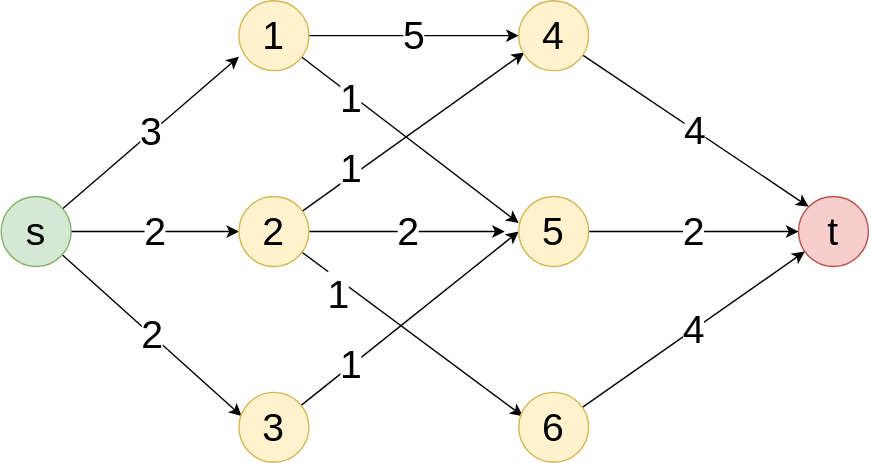
This is images/maxflow.drawio.svg from spideryzarc/ocr, a draw.io export, as it was before one commit. Source tidied: cells renumbered, new cells last; positions are measured from the earlier drawing's top-left corner, leaving out a move shared by most shapes. Source of this version:
```xml
<mxGraphModel>
  <root>
    <mxCell id="0" />
    <mxCell id="1" parent="0" />
    <mxCell id="2" value="3" style="edgeStyle=none;html=1;entryX=0;entryY=0.8;entryDx=0;entryDy=0;entryPerimeter=0;fontSize=28;" parent="1" edge="1" source="5" target="9">
      <mxGeometry relative="1" as="geometry" />
    </mxCell>
    <mxCell id="3" value="2" style="edgeStyle=none;html=1;entryX=0;entryY=0.5;entryDx=0;entryDy=0;fontSize=28;" parent="1" edge="1" source="5" target="13">
      <mxGeometry relative="1" as="geometry" />
    </mxCell>
    <mxCell id="4" value="2" style="edgeStyle=none;html=1;entryX=0.04;entryY=0.34;entryDx=0;entryDy=0;entryPerimeter=0;fontSize=28;" parent="1" edge="1" source="5" target="15">
      <mxGeometry relative="1" as="geometry" />
    </mxCell>
    <mxCell id="5" value="s" style="ellipse;whiteSpace=wrap;html=1;fontSize=28;fillColor=#d5e8d4;strokeColor=#82b366;" parent="1" vertex="1">
      <mxGeometry y="140" width="50" height="50" as="geometry" />
    </mxCell>
    <mxCell id="6" value="t" style="ellipse;whiteSpace=wrap;html=1;fontSize=28;fillColor=#f8cecc;strokeColor=#b85450;" parent="1" vertex="1">
      <mxGeometry x="570" y="140" width="50" height="50" as="geometry" />
    </mxCell>
    <mxCell id="7" value="5" style="edgeStyle=none;html=1;entryX=0;entryY=0.5;entryDx=0;entryDy=0;fontSize=28;" parent="1" edge="1" source="9" target="17">
      <mxGeometry relative="1" as="geometry" />
    </mxCell>
    <mxCell id="8" value="1" style="edgeStyle=none;html=1;entryX=0;entryY=0.38;entryDx=0;entryDy=0;entryPerimeter=0;fontSize=28;" parent="1" edge="1" source="9" target="19">
      <mxGeometry x="-0.53" y="-2" relative="1" as="geometry" />
    </mxCell>
    <mxCell id="9" value="1" style="ellipse;whiteSpace=wrap;html=1;fontSize=28;fillColor=#fff2cc;strokeColor=#d6b656;" parent="1" vertex="1">
      <mxGeometry x="170" width="50" height="50" as="geometry" />
    </mxCell>
    <mxCell id="10" value="1" style="edgeStyle=none;html=1;entryX=0.08;entryY=0.74;entryDx=0;entryDy=0;fontSize=28;entryPerimeter=0;" parent="1" edge="1" source="13" target="17">
      <mxGeometry x="-0.53" y="5" relative="1" as="geometry" />
    </mxCell>
    <mxCell id="11" value="1" style="edgeStyle=none;html=1;entryX=0.06;entryY=0.34;entryDx=0;entryDy=0;entryPerimeter=0;fontSize=28;" parent="1" edge="1" source="13" target="21">
      <mxGeometry x="-0.61" y="-9" relative="1" as="geometry" />
    </mxCell>
    <mxCell id="12" value="2" style="edgeStyle=none;html=1;fontSize=28;" parent="1" edge="1" source="13">
      <mxGeometry relative="1" as="geometry">
        <mxPoint x="360" y="165" as="targetPoint" />
      </mxGeometry>
    </mxCell>
    <mxCell id="13" value="2" style="ellipse;whiteSpace=wrap;html=1;fontSize=28;fillColor=#fff2cc;strokeColor=#d6b656;" parent="1" vertex="1">
      <mxGeometry x="170" y="140" width="50" height="50" as="geometry" />
    </mxCell>
    <mxCell id="14" value="1" style="edgeStyle=none;html=1;entryX=0;entryY=0.5;entryDx=0;entryDy=0;fontSize=28;" parent="1" edge="1" source="15" target="19">
      <mxGeometry x="-0.54" y="1" relative="1" as="geometry" />
    </mxCell>
    <mxCell id="15" value="3" style="ellipse;whiteSpace=wrap;html=1;fontSize=28;fillColor=#fff2cc;strokeColor=#d6b656;" parent="1" vertex="1">
      <mxGeometry x="170" y="280" width="50" height="50" as="geometry" />
    </mxCell>
    <mxCell id="16" value="4" style="edgeStyle=none;html=1;entryX=0;entryY=0;entryDx=0;entryDy=0;fontSize=28;" parent="1" edge="1" source="17" target="6">
      <mxGeometry relative="1" as="geometry" />
    </mxCell>
    <mxCell id="17" value="4" style="ellipse;whiteSpace=wrap;html=1;fontSize=28;fillColor=#fff2cc;strokeColor=#d6b656;" parent="1" vertex="1">
      <mxGeometry x="370" width="50" height="50" as="geometry" />
    </mxCell>
    <mxCell id="18" value="2" style="edgeStyle=none;html=1;fontSize=28;" parent="1" edge="1" source="19">
      <mxGeometry relative="1" as="geometry">
        <mxPoint x="570" y="165" as="targetPoint" />
      </mxGeometry>
    </mxCell>
    <mxCell id="19" value="5" style="ellipse;whiteSpace=wrap;html=1;fontSize=28;fillColor=#fff2cc;strokeColor=#d6b656;" parent="1" vertex="1">
      <mxGeometry x="370" y="140" width="50" height="50" as="geometry" />
    </mxCell>
    <mxCell id="20" value="4" style="edgeStyle=none;html=1;fontSize=28;" parent="1" edge="1" source="21" target="6">
      <mxGeometry relative="1" as="geometry" />
    </mxCell>
    <mxCell id="21" value="6" style="ellipse;whiteSpace=wrap;html=1;fontSize=28;fillColor=#fff2cc;strokeColor=#d6b656;" parent="1" vertex="1">
      <mxGeometry x="370" y="280" width="50" height="50" as="geometry" />
    </mxCell>
  </root>
</mxGraphModel>
```
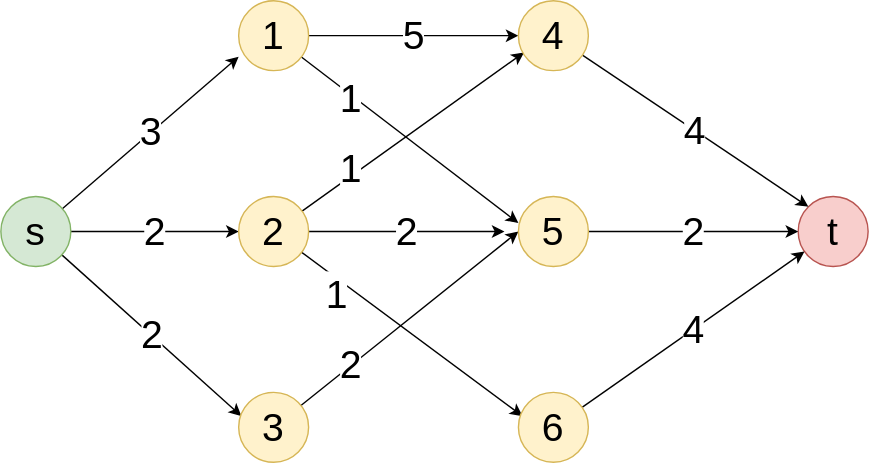
Above is the later version.

Diff of the diagram source:
```diff
@@ -40,7 +40,7 @@
     <mxCell id="13" value="2" style="ellipse;whiteSpace=wrap;html=1;fontSize=28;fillColor=#fff2cc;strokeColor=#d6b656;" parent="1" vertex="1">
       <mxGeometry x="170" y="140" width="50" height="50" as="geometry" />
     </mxCell>
-    <mxCell id="14" value="1" style="edgeStyle=none;html=1;entryX=0;entryY=0.5;entryDx=0;entryDy=0;fontSize=28;" parent="1" edge="1" source="15" target="19">
+    <mxCell id="14" value="2" style="edgeStyle=none;html=1;entryX=0;entryY=0.5;entryDx=0;entryDy=0;fontSize=28;" parent="1" edge="1" source="15" target="19">
       <mxGeometry x="-0.54" y="1" relative="1" as="geometry" />
     </mxCell>
     <mxCell id="15" value="3" style="ellipse;whiteSpace=wrap;html=1;fontSize=28;fillColor=#fff2cc;strokeColor=#d6b656;" parent="1" vertex="1">
```
